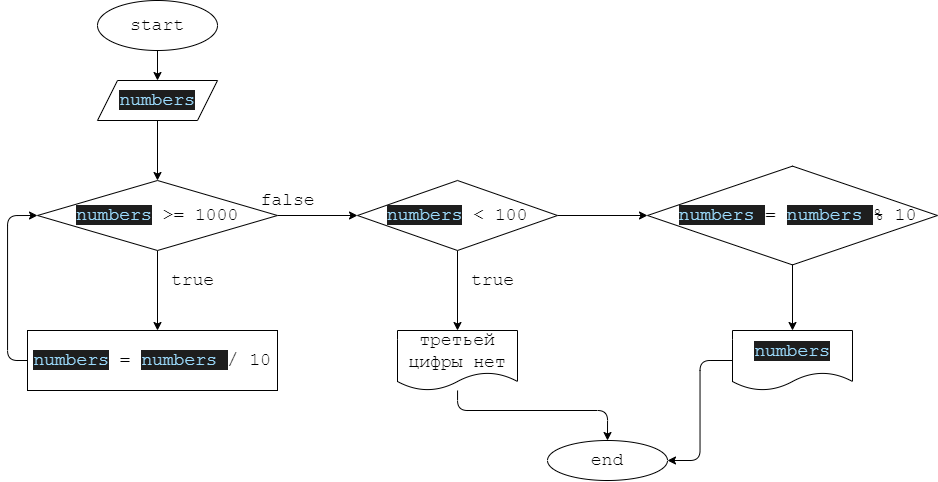
This is Exp02/diargam2.drawio.png from BKristinaA/HomeWork_02, a draw.io export, as it was before one commit. Source tidied: cells renumbered, new cells last; positions are measured from the earlier drawing's top-left corner, leaving out a move shared by most shapes.
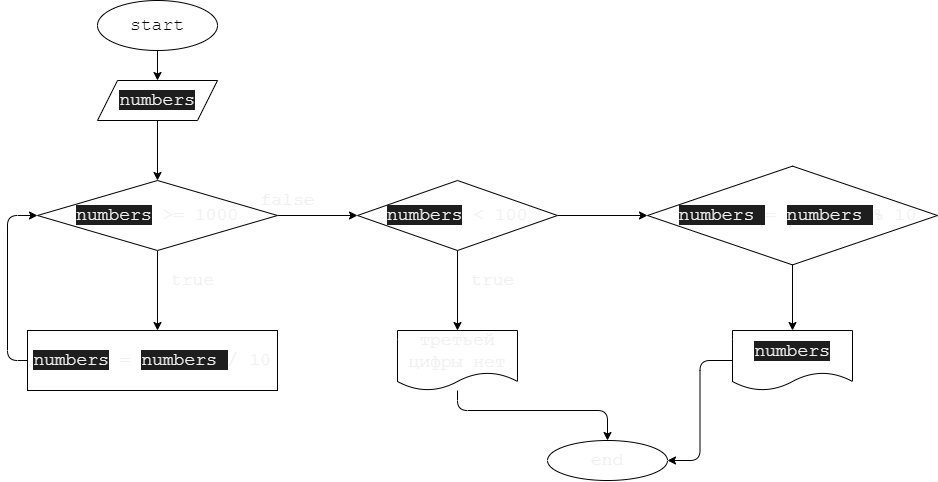
The same file after the commit.

Commit message:
Внесли исправления в диагараммы

The edit, as a diff of the source:
```diff
@@ -2,33 +2,33 @@
   <root>
     <mxCell id="0" />
     <mxCell id="1" parent="0" />
-    <mxCell id="2" style="edgeStyle=none;html=1;fontFamily=Courier New;fontSize=18;" parent="1" edge="1" source="3" target="5">
+    <mxCell id="2" style="edgeStyle=none;html=1;fontFamily=Courier New;fontSize=18;fontColor=#F0F0F0;" parent="1" edge="1" source="3" target="5">
       <mxGeometry relative="1" as="geometry" />
     </mxCell>
     <mxCell id="3" value="start" style="ellipse;whiteSpace=wrap;html=1;fontFamily=Courier New;fontSize=18;" parent="1" vertex="1">
       <mxGeometry x="90" width="120" height="50" as="geometry" />
     </mxCell>
-    <mxCell id="4" style="edgeStyle=none;html=1;fontFamily=Courier New;fontSize=18;" parent="1" edge="1" source="5" target="8">
+    <mxCell id="4" style="edgeStyle=none;html=1;fontFamily=Courier New;fontSize=18;fontColor=#F0F0F0;" parent="1" edge="1" source="5" target="8">
       <mxGeometry relative="1" as="geometry" />
     </mxCell>
-    <mxCell id="5" value="&lt;span style=&quot;color: rgb(156, 220, 254); background-color: rgb(30, 30, 30);&quot;&gt;numbers&lt;/span&gt;" style="shape=parallelogram;perimeter=parallelogramPerimeter;whiteSpace=wrap;html=1;fixedSize=1;fontSize=18;fontFamily=Courier New;" parent="1" vertex="1">
+    <mxCell id="5" value="&lt;span style=&quot;background-color: rgb(30, 30, 30);&quot;&gt;numbers&lt;/span&gt;" style="shape=parallelogram;perimeter=parallelogramPerimeter;whiteSpace=wrap;html=1;fixedSize=1;fontSize=18;fontFamily=Courier New;fontColor=#F0F0F0;" parent="1" vertex="1">
       <mxGeometry x="90" y="80" width="120" height="40" as="geometry" />
     </mxCell>
-    <mxCell id="6" style="edgeStyle=none;html=1;fontFamily=Courier New;fontSize=18;" parent="1" edge="1" source="8">
+    <mxCell id="6" style="edgeStyle=none;html=1;fontFamily=Courier New;fontSize=18;fontColor=#F0F0F0;" parent="1" edge="1" source="8">
       <mxGeometry relative="1" as="geometry">
         <mxPoint x="150" y="330" as="targetPoint" />
       </mxGeometry>
     </mxCell>
-    <mxCell id="7" style="edgeStyle=orthogonalEdgeStyle;html=1;fontFamily=Courier New;fontSize=18;entryX=0;entryY=0.5;entryDx=0;entryDy=0;" parent="1" edge="1" source="8" target="15">
+    <mxCell id="7" style="edgeStyle=orthogonalEdgeStyle;html=1;fontFamily=Courier New;fontSize=18;entryX=0;entryY=0.5;entryDx=0;entryDy=0;fontColor=#F0F0F0;" parent="1" edge="1" source="8" target="15">
       <mxGeometry relative="1" as="geometry" />
     </mxCell>
-    <mxCell id="8" value="&lt;span style=&quot;color: rgb(156, 220, 254); background-color: rgb(30, 30, 30);&quot;&gt;numbers&lt;/span&gt;&amp;nbsp;&amp;gt;= 1000" style="rhombus;whiteSpace=wrap;html=1;fontSize=18;fontFamily=Courier New;" parent="1" vertex="1">
+    <mxCell id="8" value="&lt;span style=&quot;background-color: rgb(30, 30, 30);&quot;&gt;numbers&lt;/span&gt;&amp;nbsp;&amp;gt;= 1000" style="rhombus;whiteSpace=wrap;html=1;fontSize=18;fontFamily=Courier New;fontColor=#F0F0F0;" parent="1" vertex="1">
       <mxGeometry x="30" y="180" width="240" height="70" as="geometry" />
     </mxCell>
-    <mxCell id="9" value="true" style="text;html=1;align=center;verticalAlign=middle;strokeColor=none;fillColor=none;fontSize=18;fontFamily=Courier New;" parent="1" vertex="1">
+    <mxCell id="9" value="true" style="text;html=1;align=center;verticalAlign=middle;strokeColor=none;fillColor=none;fontSize=18;fontFamily=Courier New;fontColor=#F0F0F0;" parent="1" vertex="1">
       <mxGeometry x="150" y="260" width="70" height="40" as="geometry" />
     </mxCell>
-    <mxCell id="10" style="edgeStyle=orthogonalEdgeStyle;html=1;entryX=0;entryY=0.5;entryDx=0;entryDy=0;fontFamily=Courier New;fontSize=18;" parent="1" edge="1" source="11" target="8">
+    <mxCell id="10" style="edgeStyle=orthogonalEdgeStyle;html=1;entryX=0;entryY=0.5;entryDx=0;entryDy=0;fontFamily=Courier New;fontSize=18;fontColor=#F0F0F0;" parent="1" edge="1" source="11" target="8">
       <mxGeometry relative="1" as="geometry">
         <Array as="points">
           <mxPoint y="360" />
@@ -36,29 +36,29 @@
         </Array>
       </mxGeometry>
     </mxCell>
-    <mxCell id="11" value="&lt;span style=&quot;color: rgb(156, 220, 254); background-color: rgb(30, 30, 30);&quot;&gt;numbers&lt;/span&gt;&amp;nbsp;=&amp;nbsp;&lt;span style=&quot;color: rgb(156, 220, 254); background-color: rgb(30, 30, 30);&quot;&gt;numbers&amp;nbsp;&lt;/span&gt;/ 10" style="rounded=0;whiteSpace=wrap;html=1;fontFamily=Courier New;fontSize=18;" parent="1" vertex="1">
+    <mxCell id="11" value="&lt;span style=&quot;background-color: rgb(30, 30, 30);&quot;&gt;numbers&lt;/span&gt;&amp;nbsp;=&amp;nbsp;&lt;span style=&quot;background-color: rgb(30, 30, 30);&quot;&gt;numbers&amp;nbsp;&lt;/span&gt;/ 10" style="rounded=0;whiteSpace=wrap;html=1;fontFamily=Courier New;fontSize=18;fontColor=#F0F0F0;" parent="1" vertex="1">
       <mxGeometry x="20" y="330" width="250" height="60" as="geometry" />
     </mxCell>
-    <mxCell id="12" value="false" style="text;html=1;align=center;verticalAlign=middle;strokeColor=none;fillColor=none;fontSize=18;fontFamily=Courier New;" parent="1" vertex="1">
+    <mxCell id="12" value="false" style="text;html=1;align=center;verticalAlign=middle;strokeColor=none;fillColor=none;fontSize=18;fontFamily=Courier New;fontColor=#F0F0F0;" parent="1" vertex="1">
       <mxGeometry x="240" y="180" width="80" height="40" as="geometry" />
     </mxCell>
-    <mxCell id="13" style="edgeStyle=orthogonalEdgeStyle;html=1;fontFamily=Courier New;fontSize=18;" parent="1" edge="1" source="15">
+    <mxCell id="13" style="edgeStyle=orthogonalEdgeStyle;html=1;fontFamily=Courier New;fontSize=18;fontColor=#F0F0F0;" parent="1" edge="1" source="15">
       <mxGeometry relative="1" as="geometry">
         <mxPoint x="450" y="330" as="targetPoint" />
       </mxGeometry>
     </mxCell>
-    <mxCell id="14" style="edgeStyle=orthogonalEdgeStyle;html=1;fontFamily=Courier New;fontSize=18;" parent="1" edge="1" source="15">
+    <mxCell id="14" style="edgeStyle=orthogonalEdgeStyle;html=1;fontFamily=Courier New;fontSize=18;fontColor=#F0F0F0;" parent="1" edge="1" source="15">
       <mxGeometry relative="1" as="geometry">
         <mxPoint x="640" y="215" as="targetPoint" />
       </mxGeometry>
     </mxCell>
-    <mxCell id="15" value="&lt;span style=&quot;color: rgb(156, 220, 254); background-color: rgb(30, 30, 30);&quot;&gt;numbers&lt;/span&gt;&amp;nbsp;&amp;lt; 100" style="rhombus;whiteSpace=wrap;html=1;fontFamily=Courier New;fontSize=18;" parent="1" vertex="1">
+    <mxCell id="15" value="&lt;span style=&quot;background-color: rgb(30, 30, 30);&quot;&gt;numbers&lt;/span&gt;&amp;nbsp;&amp;lt; 100" style="rhombus;whiteSpace=wrap;html=1;fontFamily=Courier New;fontSize=18;fontColor=#F0F0F0;" parent="1" vertex="1">
       <mxGeometry x="350" y="180" width="200" height="70" as="geometry" />
     </mxCell>
-    <mxCell id="16" value="true" style="text;html=1;align=center;verticalAlign=middle;strokeColor=none;fillColor=none;fontSize=18;fontFamily=Courier New;" parent="1" vertex="1">
+    <mxCell id="16" value="true" style="text;html=1;align=center;verticalAlign=middle;strokeColor=none;fillColor=none;fontSize=18;fontFamily=Courier New;fontColor=#F0F0F0;" parent="1" vertex="1">
       <mxGeometry x="450" y="260" width="70" height="40" as="geometry" />
     </mxCell>
-    <mxCell id="17" style="edgeStyle=orthogonalEdgeStyle;html=1;fontFamily=Courier New;fontSize=18;" parent="1" edge="1" source="18" target="19">
+    <mxCell id="17" style="edgeStyle=orthogonalEdgeStyle;html=1;fontFamily=Courier New;fontSize=18;fontColor=#F0F0F0;" parent="1" edge="1" source="18" target="19">
       <mxGeometry relative="1" as="geometry">
         <Array as="points">
           <mxPoint x="450" y="410" />
@@ -66,22 +66,22 @@
         </Array>
       </mxGeometry>
     </mxCell>
-    <mxCell id="18" value="третьей цифры нет" style="shape=document;whiteSpace=wrap;html=1;boundedLbl=1;fontFamily=Courier New;fontSize=18;" parent="1" vertex="1">
+    <mxCell id="18" value="третьей цифры нет" style="shape=document;whiteSpace=wrap;html=1;boundedLbl=1;fontFamily=Courier New;fontSize=18;fontColor=#F0F0F0;" parent="1" vertex="1">
       <mxGeometry x="390" y="330" width="120" height="60" as="geometry" />
     </mxCell>
-    <mxCell id="19" value="end" style="ellipse;whiteSpace=wrap;html=1;fontFamily=Courier New;fontSize=18;" parent="1" vertex="1">
+    <mxCell id="19" value="end" style="ellipse;whiteSpace=wrap;html=1;fontFamily=Courier New;fontSize=18;fontColor=#F0F0F0;" parent="1" vertex="1">
       <mxGeometry x="540" y="440" width="120" height="40" as="geometry" />
     </mxCell>
-    <mxCell id="20" style="edgeStyle=orthogonalEdgeStyle;html=1;entryX=0.5;entryY=0;entryDx=0;entryDy=0;fontFamily=Courier New;fontSize=18;" parent="1" edge="1" source="21" target="23">
+    <mxCell id="20" style="edgeStyle=orthogonalEdgeStyle;html=1;entryX=0.5;entryY=0;entryDx=0;entryDy=0;fontFamily=Courier New;fontSize=18;fontColor=#F0F0F0;" parent="1" edge="1" source="21" target="23">
       <mxGeometry relative="1" as="geometry" />
     </mxCell>
-    <mxCell id="21" value="&amp;nbsp;&lt;span style=&quot;color: rgb(156, 220, 254); background-color: rgb(30, 30, 30);&quot;&gt;numbers&amp;nbsp;&lt;/span&gt;=&amp;nbsp;&lt;span style=&quot;color: rgb(156, 220, 254); background-color: rgb(30, 30, 30);&quot;&gt;numbers&amp;nbsp;&lt;/span&gt;% 10" style="rhombus;whiteSpace=wrap;html=1;fontFamily=Courier New;fontSize=18;" parent="1" vertex="1">
+    <mxCell id="21" value="&amp;nbsp;&lt;span style=&quot;background-color: rgb(30, 30, 30);&quot;&gt;numbers&amp;nbsp;&lt;/span&gt;=&amp;nbsp;&lt;span style=&quot;background-color: rgb(30, 30, 30);&quot;&gt;numbers&amp;nbsp;&lt;/span&gt;% 10" style="rhombus;whiteSpace=wrap;html=1;fontFamily=Courier New;fontSize=18;fontColor=#F0F0F0;" parent="1" vertex="1">
       <mxGeometry x="640" y="165.6" width="290" height="98.8" as="geometry" />
     </mxCell>
-    <mxCell id="22" style="edgeStyle=orthogonalEdgeStyle;html=1;entryX=1;entryY=0.5;entryDx=0;entryDy=0;fontFamily=Courier New;fontSize=18;" parent="1" edge="1" source="23" target="19">
+    <mxCell id="22" style="edgeStyle=orthogonalEdgeStyle;html=1;entryX=1;entryY=0.5;entryDx=0;entryDy=0;fontFamily=Courier New;fontSize=18;fontColor=#F0F0F0;" parent="1" edge="1" source="23" target="19">
       <mxGeometry relative="1" as="geometry" />
     </mxCell>
-    <mxCell id="23" value="&lt;span style=&quot;color: rgb(156, 220, 254); background-color: rgb(30, 30, 30);&quot;&gt;numbers&lt;/span&gt;" style="shape=document;whiteSpace=wrap;html=1;boundedLbl=1;fontSize=18;fontFamily=Courier New;" parent="1" vertex="1">
+    <mxCell id="23" value="&lt;span style=&quot;background-color: rgb(30, 30, 30);&quot;&gt;numbers&lt;/span&gt;" style="shape=document;whiteSpace=wrap;html=1;boundedLbl=1;fontSize=18;fontFamily=Courier New;fontColor=#F0F0F0;" parent="1" vertex="1">
       <mxGeometry x="725" y="330" width="120" height="60" as="geometry" />
     </mxCell>
   </root>
```
